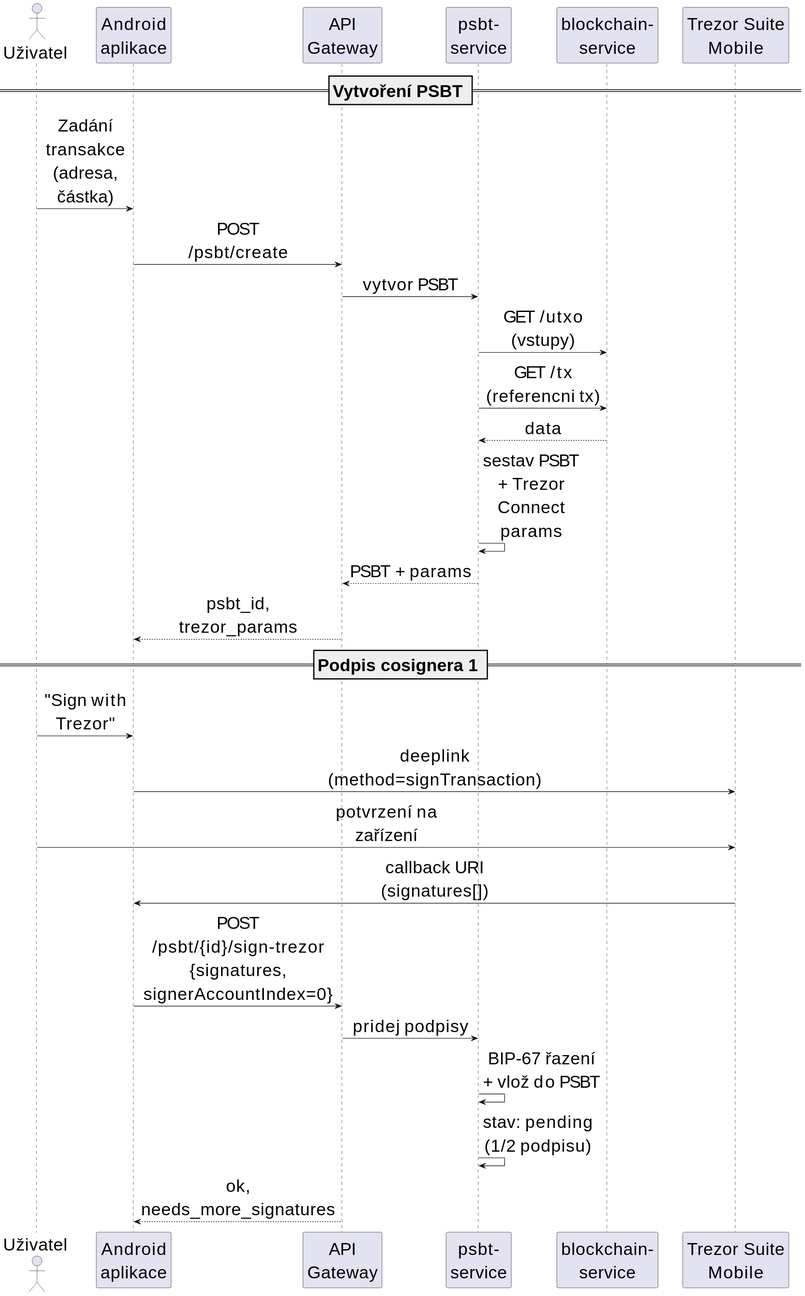
This is DOCS/thesis/img/multisig-signing-1.svg from Majny/bitcoin-multisig-wallet, a PlantUML export, as it was before one commit. Source of this version:
```plantuml
@startuml
skinparam backgroundColor white
skinparam defaultFontSize 28
skinparam ParticipantPadding 15
skinparam BoxPadding 10
skinparam shadowing false
skinparam sequenceMessageAlign center
skinparam maxMessageSize 200

actor "Uživatel" as user
participant "Android\naplikace" as app
participant "API\nGateway" as gw
participant "psbt-\nservice" as psbt
participant "blockchain-\nservice" as bc
participant "Trezor Suite\nMobile" as trezor

== Vytvoření PSBT ==

user -> app : Zadání transakce\n(adresa, částka)
app -> gw : POST /psbt/create
gw -> psbt : vytvor PSBT
psbt -> bc : GET /utxo (vstupy)
psbt -> bc : GET /tx (referencni tx)
psbt <-- bc : data
psbt -> psbt : sestav PSBT\n+ Trezor Connect params
gw <-- psbt : PSBT + params
app <-- gw : psbt_id, trezor_params

== Podpis cosignera 1 ==

user -> app : "Sign with Trezor"
app -> trezor : deeplink\n(method=signTransaction)
user -> trezor : potvrzení na zařízení
trezor -> app : callback URI\n(signatures[])
app -> gw : POST /psbt/{id}/sign-trezor\n{signatures, signerAccountIndex=0}
gw -> psbt : pridej podpisy
psbt -> psbt : BIP-67 řazení\n+ vlož do PSBT
psbt -> psbt : stav: pending\n(1/2 podpisu)
app <-- gw : ok, needs_more_signatures
@enduml
```
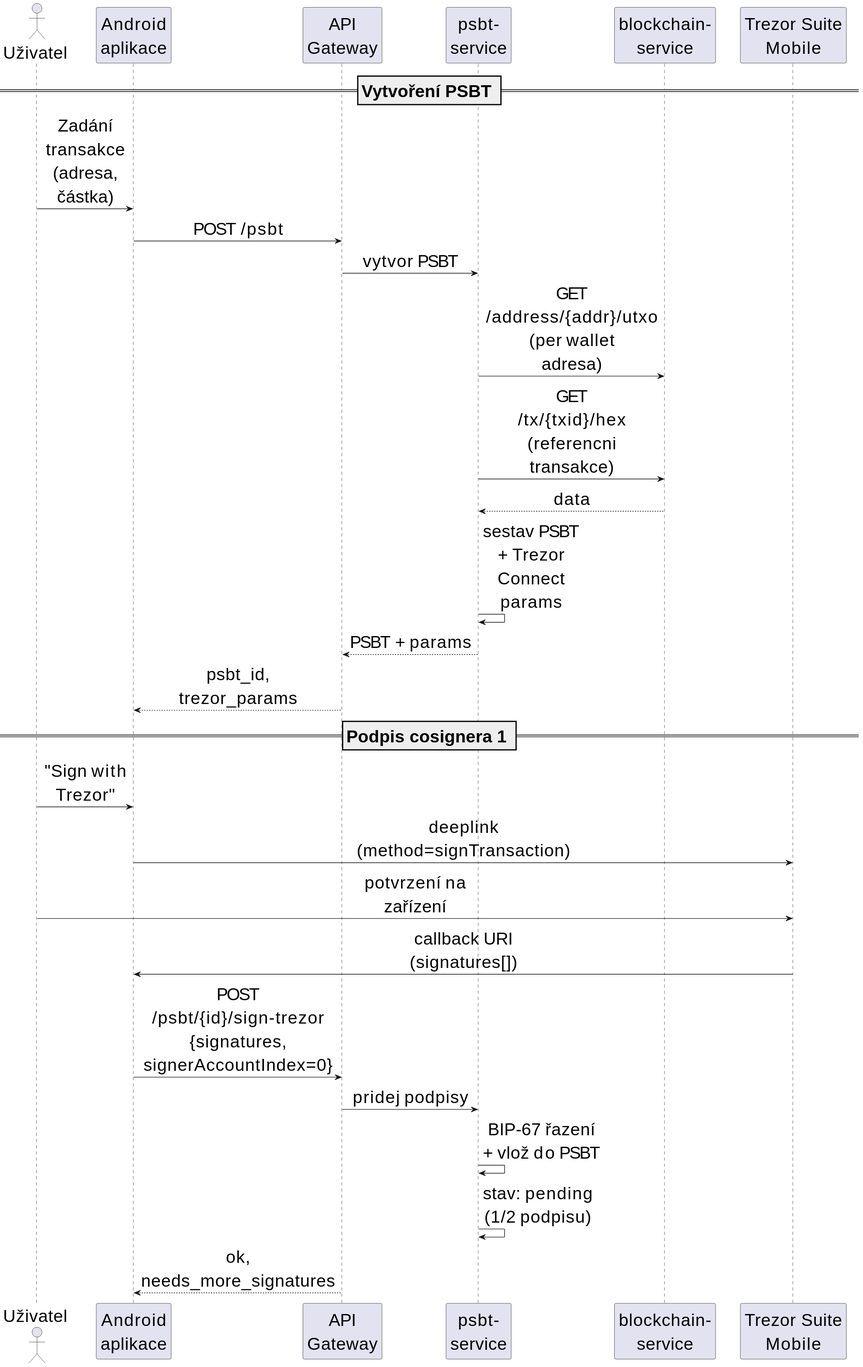
The same diagram one commit later.

The edit, as a diff of the source:
```diff
@@ -17,10 +17,10 @@
 == Vytvoření PSBT ==
 
 user -> app : Zadání transakce\n(adresa, částka)
-app -> gw : POST /psbt/create
+app -> gw : POST /psbt
 gw -> psbt : vytvor PSBT
-psbt -> bc : GET /utxo (vstupy)
-psbt -> bc : GET /tx (referencni tx)
+psbt -> bc : GET /address/{addr}/utxo\n(per wallet adresa)
+psbt -> bc : GET /tx/{txid}/hex\n(referencni transakce)
 psbt <-- bc : data
 psbt -> psbt : sestav PSBT\n+ Trezor Connect params
 gw <-- psbt : PSBT + params
```
